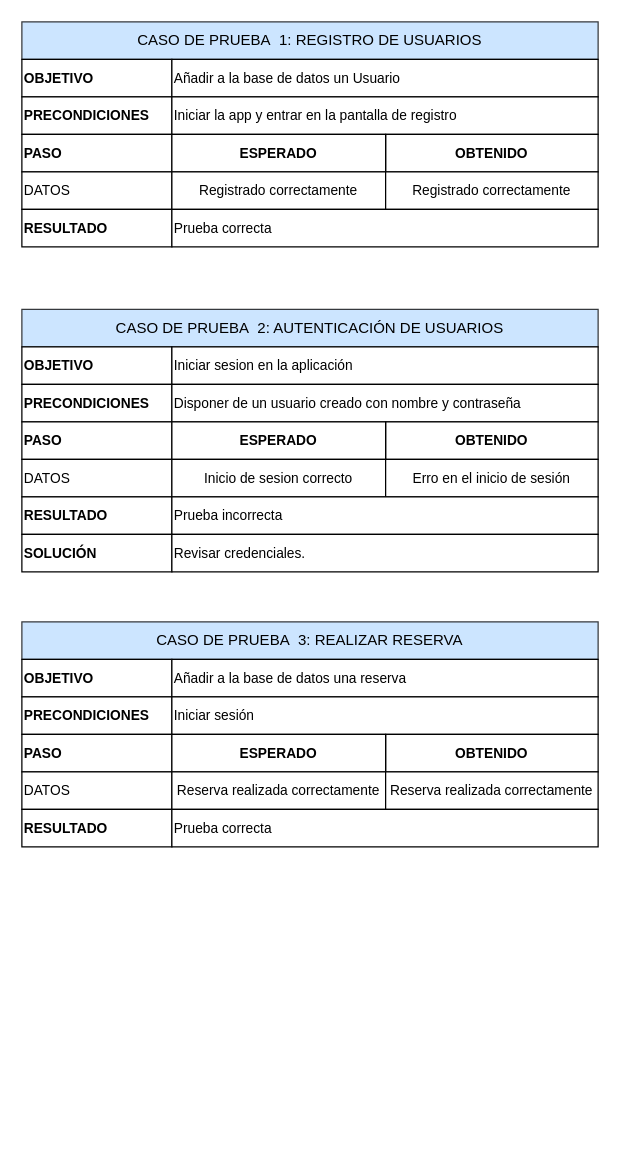
Xandre18/Proyectos keeps this draw.io diagram as PFC/Documentación/Pruebas.drawio. Above is the earlier version. Source tidied: cells renumbered, new cells numbered last; positions are measured from the earlier drawing's top-left corner, leaving out a move shared by most shapes. Both pictures are drawn from the tidied source at 125%, with x=0, y=0 at pixel (21, 21).
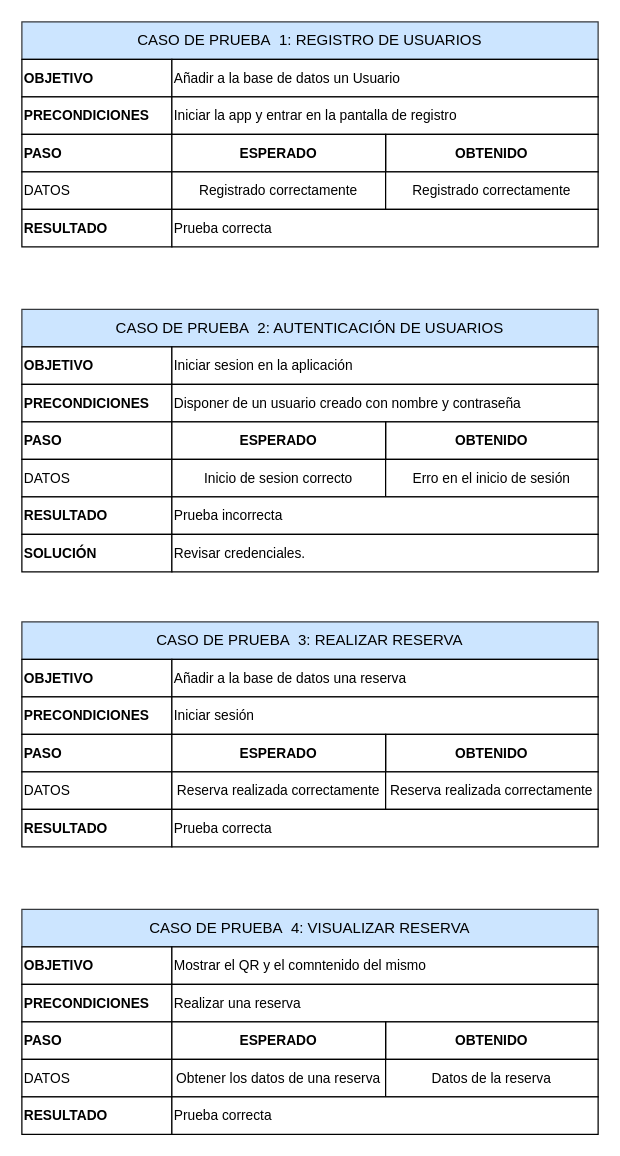
The same page after the edit.

What changed in the source:
```diff
@@
+    <mxCell id="43" value="CASO DE PRUEBA&amp;nbsp; 4: VISUALIZAR RESERVA" style="rounded=0;whiteSpace=wrap;html=1;fillColor=#cce5ff;strokeColor=#36393d;" parent="1" vertex="1">
+      <mxGeometry y="710" width="461" height="30" as="geometry" />
+    </mxCell>
+    <mxCell id="44" value="&lt;font style=&quot;font-size: 11px;&quot;&gt;&lt;b&gt;OBJETIVO&lt;/b&gt;&lt;/font&gt;" style="rounded=0;whiteSpace=wrap;html=1;align=left;" parent="1" vertex="1">
+      <mxGeometry y="740" width="120" height="30" as="geometry" />
+    </mxCell>
+    <mxCell id="45" value="&lt;span style=&quot;font-size: 11px;&quot;&gt;Mostrar el QR y el comntenido del mismo&lt;/span&gt;" style="rounded=0;whiteSpace=wrap;html=1;align=left;" parent="1" vertex="1">
+      <mxGeometry x="120" y="740" width="341" height="30" as="geometry" />
+    </mxCell>
+    <mxCell id="46" value="&lt;font style=&quot;font-size: 11px;&quot;&gt;&lt;b&gt;PRECONDICIONES&lt;/b&gt;&lt;/font&gt;" style="rounded=0;whiteSpace=wrap;html=1;align=left;" parent="1" vertex="1">
+      <mxGeometry y="770" width="120" height="30" as="geometry" />
+    </mxCell>
+    <mxCell id="47" value="&lt;span style=&quot;font-size: 11px;&quot;&gt;Realizar una reserva&lt;/span&gt;" style="rounded=0;whiteSpace=wrap;html=1;align=left;" parent="1" vertex="1">
+      <mxGeometry x="120" y="770" width="341" height="30" as="geometry" />
+    </mxCell>
+    <mxCell id="48" value="&lt;font style=&quot;font-size: 11px;&quot;&gt;&lt;b&gt;PASO&lt;/b&gt;&lt;/font&gt;" style="rounded=0;whiteSpace=wrap;html=1;align=left;" parent="1" vertex="1">
+      <mxGeometry y="800" width="120" height="30" as="geometry" />
+    </mxCell>
+    <mxCell id="49" value="&lt;span style=&quot;font-size: 11px;&quot;&gt;DATOS&lt;/span&gt;" style="rounded=0;whiteSpace=wrap;html=1;align=left;" parent="1" vertex="1">
+      <mxGeometry y="830" width="120" height="30" as="geometry" />
+    </mxCell>
+    <mxCell id="50" value="&lt;span style=&quot;font-size: 11px;&quot;&gt;&lt;b&gt;RESULTADO&lt;/b&gt;&lt;/span&gt;" style="rounded=0;whiteSpace=wrap;html=1;align=left;" parent="1" vertex="1">
+      <mxGeometry y="860" width="120" height="30" as="geometry" />
+    </mxCell>
+    <mxCell id="51" value="&lt;span style=&quot;font-size: 11px;&quot;&gt;&lt;b&gt;OBTENIDO&lt;/b&gt;&lt;/span&gt;" style="rounded=0;whiteSpace=wrap;html=1;" parent="1" vertex="1">
+      <mxGeometry x="291" y="800" width="170" height="30" as="geometry" />
+    </mxCell>
+    <mxCell id="52" value="&lt;span style=&quot;font-size: 11px;&quot;&gt;&lt;b&gt;ESPERADO&lt;/b&gt;&lt;/span&gt;" style="rounded=0;whiteSpace=wrap;html=1;" parent="1" vertex="1">
+      <mxGeometry x="120" y="800" width="171" height="30" as="geometry" />
+    </mxCell>
+    <mxCell id="53" value="&lt;span style=&quot;font-size: 11px;&quot;&gt;Obtener los datos de una reserva&lt;/span&gt;" style="rounded=0;whiteSpace=wrap;html=1;" parent="1" vertex="1">
+      <mxGeometry x="120" y="830" width="171" height="30" as="geometry" />
+    </mxCell>
+    <mxCell id="54" value="&lt;span style=&quot;font-size: 11px;&quot;&gt;Datos de la reserva&lt;/span&gt;" style="rounded=0;whiteSpace=wrap;html=1;" parent="1" vertex="1">
+      <mxGeometry x="291" y="830" width="170" height="30" as="geometry" />
+    </mxCell>
+    <mxCell id="55" value="&lt;span style=&quot;font-size: 11px;&quot;&gt;Prueba correcta&lt;/span&gt;" style="rounded=0;whiteSpace=wrap;html=1;align=left;" parent="1" vertex="1">
+      <mxGeometry x="120" y="860" width="341" height="30" as="geometry" />
+    </mxCell>
```
